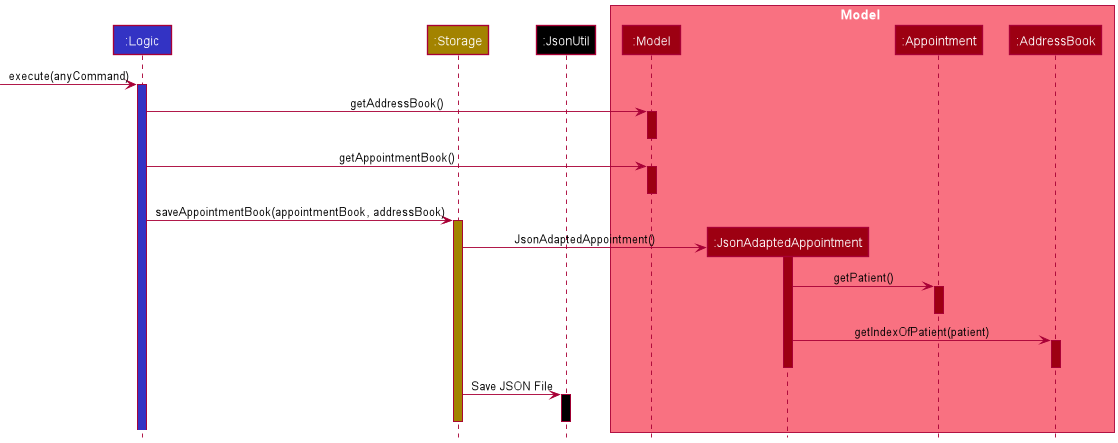
Earlier version of the PlantUML export docs/images/SaveAppointmentSequenceDiagram.png (AY2122S1-CS2103-W14-1/tp). Its diagram source:
```plantuml
@startuml
!include style.puml

Participant ":Logic" as logic LOGIC_COLOR
Participant ":Storage" as storage STORAGE_COLOR
Participant ":JsonUtil" as jsonutil USER_COLOR

box Model MODEL_COLOR_T1
participant ":Model" as model MODEL_COLOR
participant ":JsonAdaptedAppointment" as jaa MODEL_COLOR
participant ":Appointment" as appointment MODEL_COLOR
participant ":AddressBook" as addressbook MODEL_COLOR
end box

[-> logic: execute(anyCommand)
activate logic LOGIC_COLOR

logic -> model : getAddressBook()
activate model MODEL_COLOR
deactivate model

logic -> model : getAppointmentBook()
activate model MODEL_COLOR
deactivate model

logic -> storage : saveAppointmentBook(appointmentBook, addressBook)
activate storage STORAGE_COLOR

create jaa
storage -> jaa : JsonAdaptedAppointment()
activate jaa MODEL_COLOR
jaa -> appointment : getPatient()
activate appointment MODEL_COLOR
deactivate appointment
jaa -> addressbook : getIndexOfPatient(patient)
activate addressbook MODEL_COLOR
deactivate addressbook
deactivate jaa

storage -> jsonutil : Save JSON File
activate jsonutil USER_COLOR
deactivate jsonutil
deactivate storage
@enduml
```
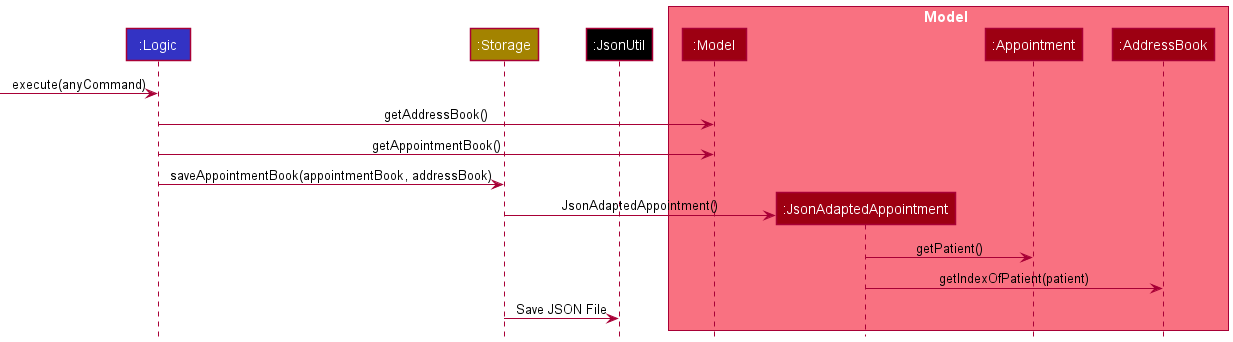
The same diagram one commit later.

Commit message:
Remove activation bars for save appointment sequence diagram

What changed in the source:
```diff
@@ -13,32 +13,17 @@
 end box
 
 [-> logic: execute(anyCommand)
-activate logic LOGIC_COLOR
 
 logic -> model : getAddressBook()
-activate model MODEL_COLOR
-deactivate model
 
 logic -> model : getAppointmentBook()
-activate model MODEL_COLOR
-deactivate model
 
 logic -> storage : saveAppointmentBook(appointmentBook, addressBook)
-activate storage STORAGE_COLOR
 
 create jaa
 storage -> jaa : JsonAdaptedAppointment()
-activate jaa MODEL_COLOR
 jaa -> appointment : getPatient()
-activate appointment MODEL_COLOR
-deactivate appointment
 jaa -> addressbook : getIndexOfPatient(patient)
-activate addressbook MODEL_COLOR
-deactivate addressbook
-deactivate jaa
 
 storage -> jsonutil : Save JSON File
-activate jsonutil USER_COLOR
-deactivate jsonutil
-deactivate storage
 @enduml
```
